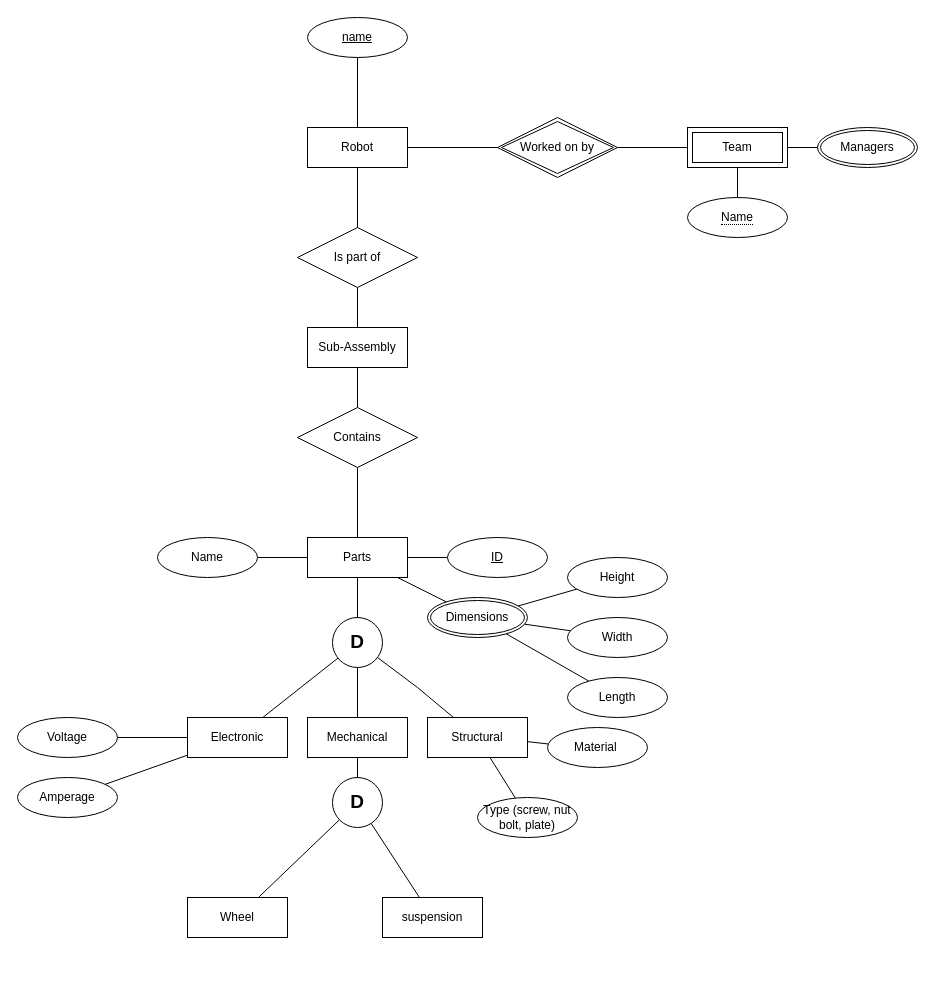
Earlier version of the draw.io diagram Untitled Diagram.drawio (krrishsetia/CMPT354-Project). Source tidied: cells renumbered, new cells numbered last; positions are measured from the earlier drawing's top-left corner, leaving out a move shared by most shapes. Both pictures are drawn from the tidied source at 100%, with x=0, y=0 at pixel (17, 17).
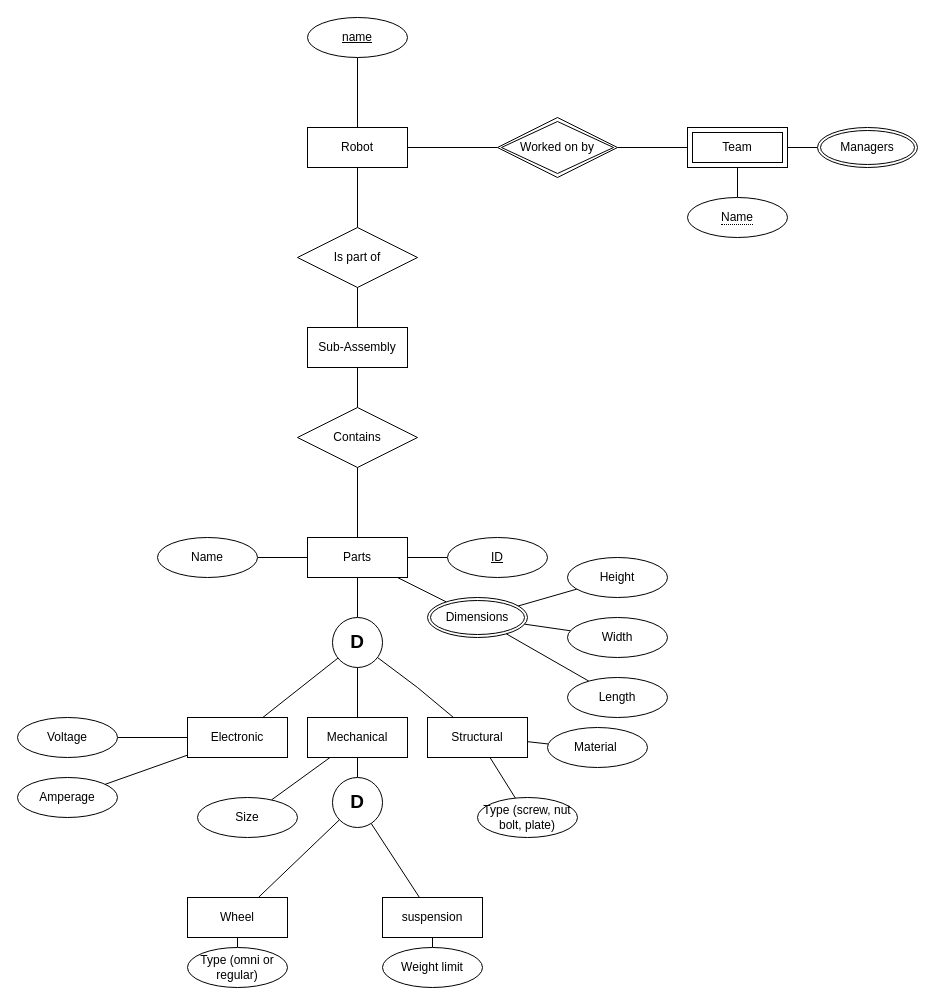
The same diagram, later.

Commit message:
finished parts for now

Unchanged cells that the change refers to:
```xml
<mxCell id="28" value="Mechanical" style="whiteSpace=wrap;html=1;align=center;" parent="1" vertex="1">
  <mxGeometry x="290" y="700" width="100" height="40" as="geometry" />
</mxCell>
<mxCell id="52" value="Wheel" style="whiteSpace=wrap;html=1;align=center;" parent="1" vertex="1">
  <mxGeometry x="170" y="880" width="100" height="40" as="geometry" />
</mxCell>
<mxCell id="54" value="suspension" style="whiteSpace=wrap;html=1;align=center;" parent="1" vertex="1">
  <mxGeometry x="365" y="880" width="100" height="40" as="geometry" />
</mxCell>
```

The edit, as a diff of the source:
```diff
@@
+    <mxCell id="55" style="endArrow=none;html=1;rounded=0;" parent="1" edge="1" source="57" target="28">
+      <mxGeometry relative="1" as="geometry" />
+    </mxCell>
+    <mxCell id="56" style="endArrow=none;html=1;rounded=0;" parent="1" edge="1" source="58" target="54">
+      <mxGeometry relative="1" as="geometry" />
+    </mxCell>
+    <mxCell id="57" value="Size" style="ellipse;whiteSpace=wrap;html=1;align=center;" parent="1" vertex="1">
+      <mxGeometry x="180" y="780" width="100" height="40" as="geometry" />
+    </mxCell>
+    <mxCell id="58" value="Weight limit" style="ellipse;whiteSpace=wrap;html=1;align=center;" parent="1" vertex="1">
+      <mxGeometry x="365" y="930" width="100" height="40" as="geometry" />
+    </mxCell>
+    <mxCell id="59" style="endArrow=none;html=1;rounded=0;" parent="1" edge="1" source="60" target="52">
+      <mxGeometry relative="1" as="geometry" />
+    </mxCell>
+    <mxCell id="60" value="Type (omni or regular)" style="ellipse;whiteSpace=wrap;html=1;align=center;" parent="1" vertex="1">
+      <mxGeometry x="170" y="930" width="100" height="40" as="geometry" />
+    </mxCell>
```
